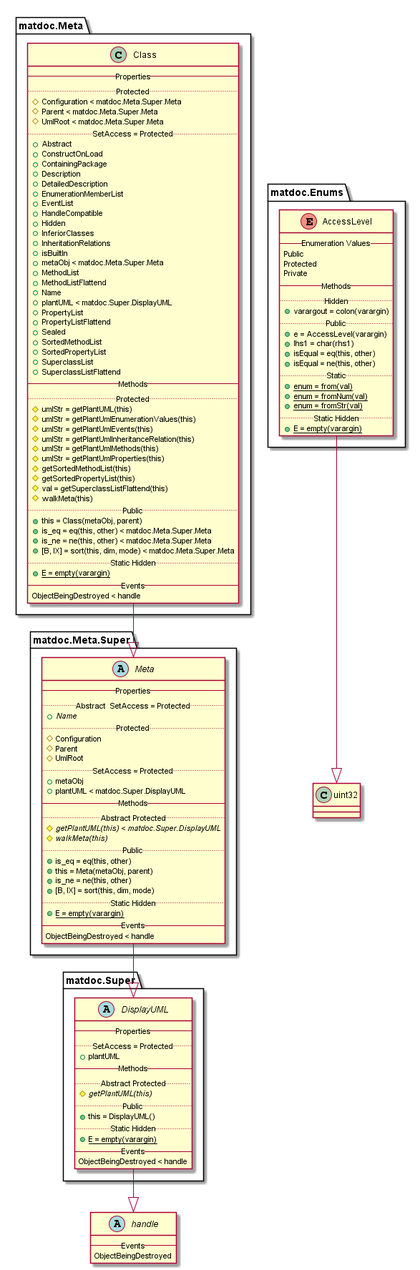
Earlier version of the PlantUML export doc/uml-examples/export-class.png (flxdot/matdoc).
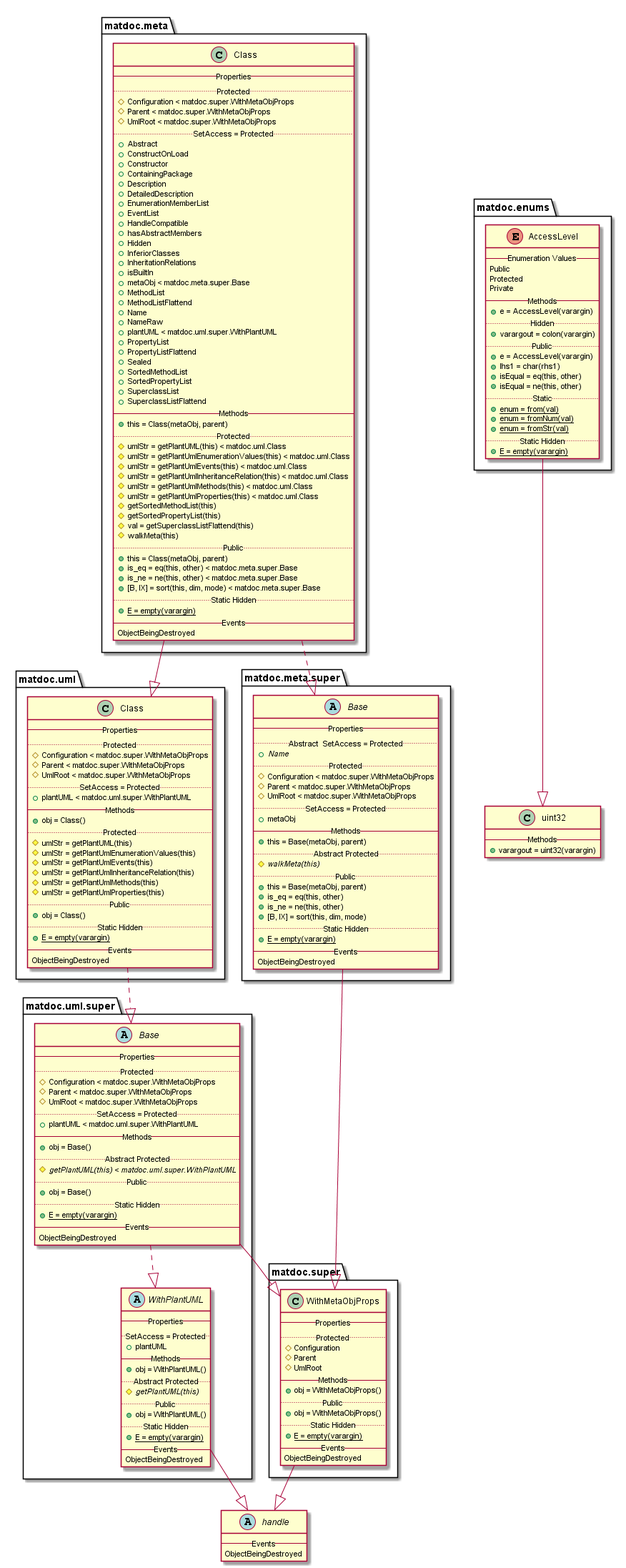
After the change.

Change to the diagram source:
```diff
@@ -6,12 +6,13 @@
 }
 
 
-enum matdoc.Enums.AccessLevel {
+enum matdoc.enums.AccessLevel {
    -- Enumeration Values --
    Public
    Protected
    Private
    -- Methods --
+   {method} + e = AccessLevel(varargin)
    .. Hidden ..
    {method} + varargout = colon(varargin)
    .. Public ..
@@ -27,32 +28,35 @@
    {method}{static} + E = empty(varargin)
 }
 
-matdoc.Enums.AccessLevel --|> uint32
+matdoc.enums.AccessLevel --|> uint32
 
-class matdoc.Meta.Class {
+class matdoc.meta.Class {
    -- Properties --
    .. Protected ..
-   {field} # Configuration < matdoc.Meta.Super.Meta
-   {field} # Parent < matdoc.Meta.Super.Meta
-   {field} # UmlRoot < matdoc.Meta.Super.Meta
+   {field} # Configuration < matdoc.super.WithMetaObjProps
+   {field} # Parent < matdoc.super.WithMetaObjProps
+   {field} # UmlRoot < matdoc.super.WithMetaObjProps
    .. SetAccess = Protected ..
    {field} + Abstract
    {field} + ConstructOnLoad
+   {field} + Constructor
    {field} + ContainingPackage
    {field} + Description
    {field} + DetailedDescription
    {field} + EnumerationMemberList
    {field} + EventList
    {field} + HandleCompatible
+   {field} + hasAbstractMembers
    {field} + Hidden
    {field} + InferiorClasses
    {field} + InheritationRelations
    {field} + isBuiltIn
-   {field} + metaObj < matdoc.Meta.Super.Meta
+   {field} + metaObj < matdoc.meta.super.Base
    {field} + MethodList
    {field} + MethodListFlattend
    {field} + Name
-   {field} + plantUML < matdoc.Super.DisplayUML
+   {field} + NameRaw
+   {field} + plantUML < matdoc.uml.super.WithPlantUML
    {field} + PropertyList
    {field} + PropertyListFlattend
    {field} + Sealed
@@ -61,6 +65,87 @@
    {field} + SuperclassList
    {field} + SuperclassListFlattend
    -- Methods --
+   {method} + this = Class(metaObj, parent)
+   .. Protected ..
+   {method} # umlStr = getPlantUML(this) < matdoc.uml.Class
+   {method} # umlStr = getPlantUmlEnumerationValues(this) < matdoc.uml.Class
+   {method} # umlStr = getPlantUmlEvents(this) < matdoc.uml.Class
+   {method} # umlStr = getPlantUmlInheritanceRelation(this) < matdoc.uml.Class
+   {method} # umlStr = getPlantUmlMethods(this) < matdoc.uml.Class
+   {method} # umlStr = getPlantUmlProperties(this) < matdoc.uml.Class
+   {method} # getSortedMethodList(this)
+   {method} # getSortedPropertyList(this)
+   {method} # val = getSuperclassListFlattend(this)
+   {method} # walkMeta(this)
+   .. Public ..
+   {method} + this = Class(metaObj, parent)
+   {method} + is_eq = eq(this, other) < matdoc.meta.super.Base
+   {method} + is_ne = ne(this, other) < matdoc.meta.super.Base
+   {method} + [B, IX] = sort(this, dim, mode) < matdoc.meta.super.Base
+   .. Static Hidden ..
+   {method}{static} + E = empty(varargin)
+   -- Events --
+   ObjectBeingDestroyed
+}
+
+matdoc.meta.Class ..|> matdoc.meta.super.Base
+matdoc.meta.Class --|> matdoc.uml.Class
+
+abstract class matdoc.meta.super.Base {
+   -- Properties --
+   .. Abstract  SetAccess = Protected ..
+   {field}{abstract} + Name
+   .. Protected ..
+   {field} # Configuration < matdoc.super.WithMetaObjProps
+   {field} # Parent < matdoc.super.WithMetaObjProps
+   {field} # UmlRoot < matdoc.super.WithMetaObjProps
+   .. SetAccess = Protected ..
+   {field} + metaObj
+   -- Methods --
+   {method} + this = Base(metaObj, parent)
+   .. Abstract Protected ..
+   {method}{abstract} # walkMeta(this)
+   .. Public ..
+   {method} + this = Base(metaObj, parent)
+   {method} + is_eq = eq(this, other)
+   {method} + is_ne = ne(this, other)
+   {method} + [B, IX] = sort(this, dim, mode)
+   .. Static Hidden ..
+   {method}{static} + E = empty(varargin)
+   -- Events --
+   ObjectBeingDestroyed
+}
+
+matdoc.meta.super.Base --|> matdoc.super.WithMetaObjProps
+
+class matdoc.super.WithMetaObjProps {
+   -- Properties --
+   .. Protected ..
+   {field} # Configuration
+   {field} # Parent
+   {field} # UmlRoot
+   -- Methods --
+   {method} + obj = WithMetaObjProps()
+   .. Public ..
+   {method} + obj = WithMetaObjProps()
+   .. Static Hidden ..
+   {method}{static} + E = empty(varargin)
+   -- Events --
+   ObjectBeingDestroyed
+}
+
+matdoc.super.WithMetaObjProps --|> handle
+
+class matdoc.uml.Class {
+   -- Properties --
+   .. Protected ..
+   {field} # Configuration < matdoc.super.WithMetaObjProps
+   {field} # Parent < matdoc.super.WithMetaObjProps
+   {field} # UmlRoot < matdoc.super.WithMetaObjProps
+   .. SetAccess = Protected ..
+   {field} + plantUML < matdoc.uml.super.WithPlantUML
+   -- Methods --
+   {method} + obj = Class()
    .. Protected ..
    {method} # umlStr = getPlantUML(this)
    {method} # umlStr = getPlantUmlEnumerationValues(this)
@@ -68,69 +153,60 @@
    {method} # umlStr = getPlantUmlInheritanceRelation(this)
    {method} # umlStr = getPlantUmlMethods(this)
    {method} # umlStr = getPlantUmlProperties(this)
-   {method} # getSortedMethodList(this)
-   {method} # getSortedPropertyList(this)
-   {method} # val = getSuperclassListFlattend(this)
-   {method} # walkMeta(this)
    .. Public ..
-   {method} + this = Class(metaObj, parent)
-   {method} + is_eq = eq(this, other) < matdoc.Meta.Super.Meta
-   {method} + is_ne = ne(this, other) < matdoc.Meta.Super.Meta
-   {method} + [B, IX] = sort(this, dim, mode) < matdoc.Meta.Super.Meta
+   {method} + obj = Class()
    .. Static Hidden ..
    {method}{static} + E = empty(varargin)
    -- Events --
-   ObjectBeingDestroyed < handle
+   ObjectBeingDestroyed
 }
 
-matdoc.Meta.Class --|> matdoc.Meta.Super.Meta
+matdoc.uml.Class ..|> matdoc.uml.super.Base
 
-abstract class matdoc.Meta.Super.Meta {
+abstract class matdoc.uml.super.Base {
    -- Properties --
-   .. Abstract  SetAccess = Protected ..
-   {field}{abstract} + Name
    .. Protected ..
-   {field} # Configuration
-   {field} # Parent
-   {field} # UmlRoot
+   {field} # Configuration < matdoc.super.WithMetaObjProps
+   {field} # Parent < matdoc.super.WithMetaObjProps
+   {field} # UmlRoot < matdoc.super.WithMetaObjProps
    .. SetAccess = Protected ..
-   {field} + metaObj
-   {field} + plantUML < matdoc.Super.DisplayUML
+   {field} + plantUML < matdoc.uml.super.WithPlantUML
    -- Methods --
+   {method} + obj = Base()
    .. Abstract Protected ..
-   {method}{abstract} # getPlantUML(this) < matdoc.Super.DisplayUML
-   {method}{abstract} # walkMeta(this)
+   {method}{abstract} # getPlantUML(this) < matdoc.uml.super.WithPlantUML
    .. Public ..
-   {method} + is_eq = eq(this, other)
-   {method} + this = Meta(metaObj, parent)
-   {method} + is_ne = ne(this, other)
-   {method} + [B, IX] = sort(this, dim, mode)
+   {method} + obj = Base()
    .. Static Hidden ..
    {method}{static} + E = empty(varargin)
    -- Events --
-   ObjectBeingDestroyed < handle
+   ObjectBeingDestroyed
 }
 
-matdoc.Meta.Super.Meta --|> matdoc.Super.DisplayUML
+matdoc.uml.super.Base --|> matdoc.super.WithMetaObjProps
+matdoc.uml.super.Base ..|> matdoc.uml.super.WithPlantUML
 
-abstract class matdoc.Super.DisplayUML {
+abstract class matdoc.uml.super.WithPlantUML {
    -- Properties --
    .. SetAccess = Protected ..
    {field} + plantUML
    -- Methods --
+   {method} + obj = WithPlantUML()
    .. Abstract Protected ..
    {method}{abstract} # getPlantUML(this)
    .. Public ..
-   {method} + this = DisplayUML()
+   {method} + obj = WithPlantUML()
    .. Static Hidden ..
    {method}{static} + E = empty(varargin)
    -- Events --
-   ObjectBeingDestroyed < handle
+   ObjectBeingDestroyed
 }
 
-matdoc.Super.DisplayUML --|> handle
+matdoc.uml.super.WithPlantUML --|> handle
 
 class uint32 {
+   -- Methods --
+   {method} + varargout = uint32(varargin)
 }
 
 
```
